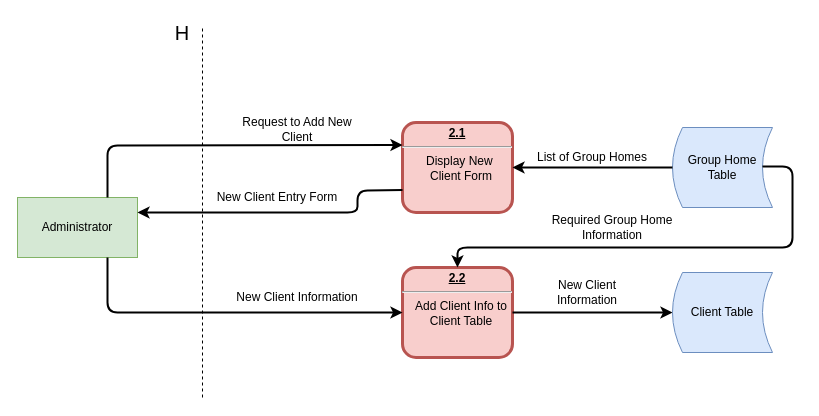
Above: page "2: Create Client" (3 of 20) of Diagrams/DFD/Level 1 DFDs.drawio in Harlento/SchedulingSystem (draw.io), before the change. Source tidied: cells renumbered, new cells numbered last; positions are measured from the earlier drawing's top-left corner, leaving out a move shared by most shapes. Both pictures are drawn from the tidied source at 100%, with x=0, y=0 at pixel (17, 17).
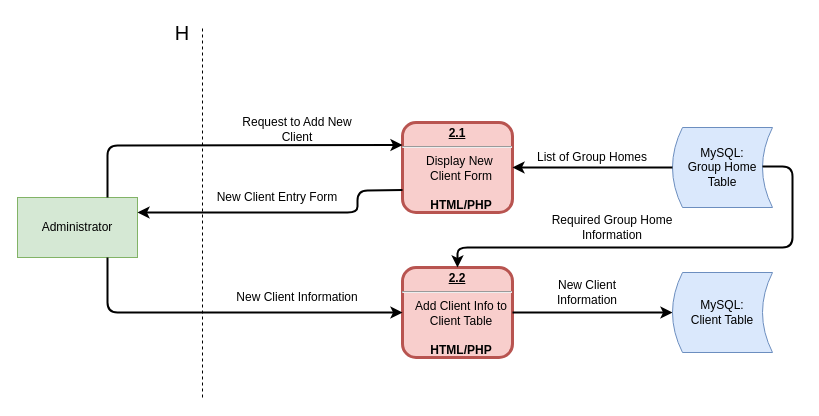
The same page after the edit.

Change to the diagram source:
```diff
@@
-    <mxCell id="2" value="Client Table" style="shape=dataStorage;whiteSpace=wrap;html=1;fillColor=#dae8fc;strokeColor=#6c8ebf;" parent="1" vertex="1">
+    <mxCell id="2" value="MySQL:&lt;br&gt;Client Table" style="shape=dataStorage;whiteSpace=wrap;html=1;fillColor=#dae8fc;strokeColor=#6c8ebf;" parent="1" vertex="1">
       <mxGeometry x="655" y="255" width="100" height="80" as="geometry" />
     </mxCell>
@@
-    <mxCell id="4" value="&lt;p style=&quot;margin: 0px ; margin-top: 4px ; text-align: center ; text-decoration: underline&quot;&gt;2.2&lt;/p&gt;&lt;hr&gt;&lt;p style=&quot;margin: 0px ; margin-left: 8px&quot;&gt;&lt;span style=&quot;font-weight: 400 ; white-space: normal&quot;&gt;Add Client Info to Client Table&lt;/span&gt;&lt;/p&gt;" style="verticalAlign=middle;align=center;overflow=fill;fontSize=12;fontFamily=Helvetica;html=1;rounded=1;fontStyle=1;strokeWidth=3;fillColor=#f8cecc;strokeColor=#b85450;" parent="1" vertex="1">
+    <mxCell id="4" value="&lt;p style=&quot;margin: 0px ; margin-top: 4px ; text-align: center ; text-decoration: underline&quot;&gt;2.2&lt;/p&gt;&lt;hr&gt;&lt;p style=&quot;margin: 0px ; margin-left: 8px&quot;&gt;&lt;span style=&quot;font-weight: 400 ; white-space: normal&quot;&gt;Add Client Info to Client Table&lt;/span&gt;&lt;/p&gt;&lt;p style=&quot;margin: 0px ; margin-left: 8px&quot;&gt;&lt;span style=&quot;font-weight: 400 ; white-space: normal&quot;&gt;&lt;br&gt;&lt;/span&gt;&lt;/p&gt;&lt;p style=&quot;margin: 0px ; margin-left: 8px&quot;&gt;&lt;span style=&quot;white-space: normal&quot;&gt;HTML/PHP&lt;/span&gt;&lt;span style=&quot;font-weight: 400 ; white-space: normal&quot;&gt;&lt;br&gt;&lt;/span&gt;&lt;/p&gt;" style="verticalAlign=middle;align=center;overflow=fill;fontSize=12;fontFamily=Helvetica;html=1;rounded=1;fontStyle=1;strokeWidth=3;fillColor=#f8cecc;strokeColor=#b85450;" parent="1" vertex="1">
       <mxGeometry x="385" y="250" width="110" height="90" as="geometry" />
     </mxCell>
@@
-    <mxCell id="11" value="&lt;p style=&quot;margin: 0px ; margin-top: 4px ; text-align: center ; text-decoration: underline&quot;&gt;2.1&lt;/p&gt;&lt;hr&gt;&lt;p style=&quot;margin: 0px ; margin-left: 8px&quot;&gt;&lt;span style=&quot;font-weight: 400 ; white-space: normal&quot;&gt;Display New&amp;nbsp; Client Form&lt;/span&gt;&lt;/p&gt;" style="verticalAlign=middle;align=center;overflow=fill;fontSize=12;fontFamily=Helvetica;html=1;rounded=1;fontStyle=1;strokeWidth=3;fillColor=#f8cecc;strokeColor=#b85450;" parent="1" vertex="1">
+    <mxCell id="11" value="&lt;p style=&quot;margin: 0px ; margin-top: 4px ; text-align: center ; text-decoration: underline&quot;&gt;2.1&lt;/p&gt;&lt;hr&gt;&lt;p style=&quot;margin: 0px ; margin-left: 8px&quot;&gt;&lt;span style=&quot;font-weight: 400 ; white-space: normal&quot;&gt;Display New&amp;nbsp; Client Form&lt;/span&gt;&lt;/p&gt;&lt;p style=&quot;margin: 0px ; margin-left: 8px&quot;&gt;&lt;span style=&quot;font-weight: 400 ; white-space: normal&quot;&gt;&lt;br&gt;&lt;/span&gt;&lt;/p&gt;&lt;p style=&quot;margin: 0px ; margin-left: 8px&quot;&gt;&lt;span style=&quot;white-space: normal&quot;&gt;HTML/PHP&lt;/span&gt;&lt;span style=&quot;font-weight: 400 ; white-space: normal&quot;&gt;&lt;br&gt;&lt;/span&gt;&lt;/p&gt;" style="verticalAlign=middle;align=center;overflow=fill;fontSize=12;fontFamily=Helvetica;html=1;rounded=1;fontStyle=1;strokeWidth=3;fillColor=#f8cecc;strokeColor=#b85450;" parent="1" vertex="1">
       <mxGeometry x="385" y="105" width="110" height="90" as="geometry" />
     </mxCell>
-    <mxCell id="12" value="Group Home Table" style="shape=dataStorage;whiteSpace=wrap;html=1;fillColor=#dae8fc;strokeColor=#6c8ebf;" parent="1" vertex="1">
+    <mxCell id="12" value="MySQL:&lt;br&gt;Group Home Table" style="shape=dataStorage;whiteSpace=wrap;html=1;fillColor=#dae8fc;strokeColor=#6c8ebf;" parent="1" vertex="1">
       <mxGeometry x="655" y="110" width="100" height="80" as="geometry" />
     </mxCell>
```
